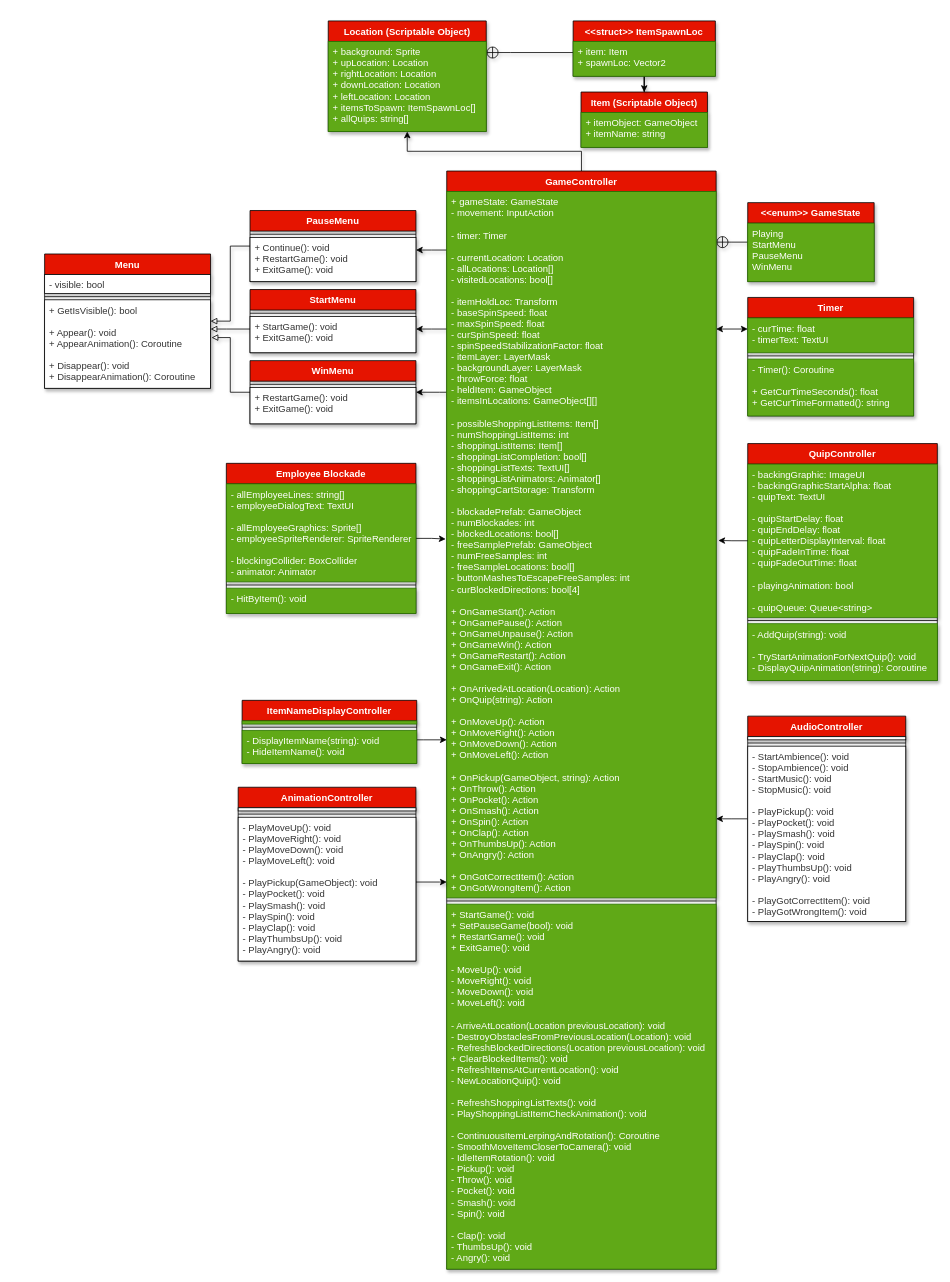
Earlier version of the draw.io diagram Trapped in Costco/Source/Trapped in Costco UML.drawio (BagelMaster5000/Trapped-In-Costco). Source tidied: cells renumbered, new cells numbered last; positions are measured from the earlier drawing's top-left corner, leaving out a move shared by most shapes. Both pictures are drawn from the tidied source at 79%, with x=0, y=0 at pixel (44, 21).
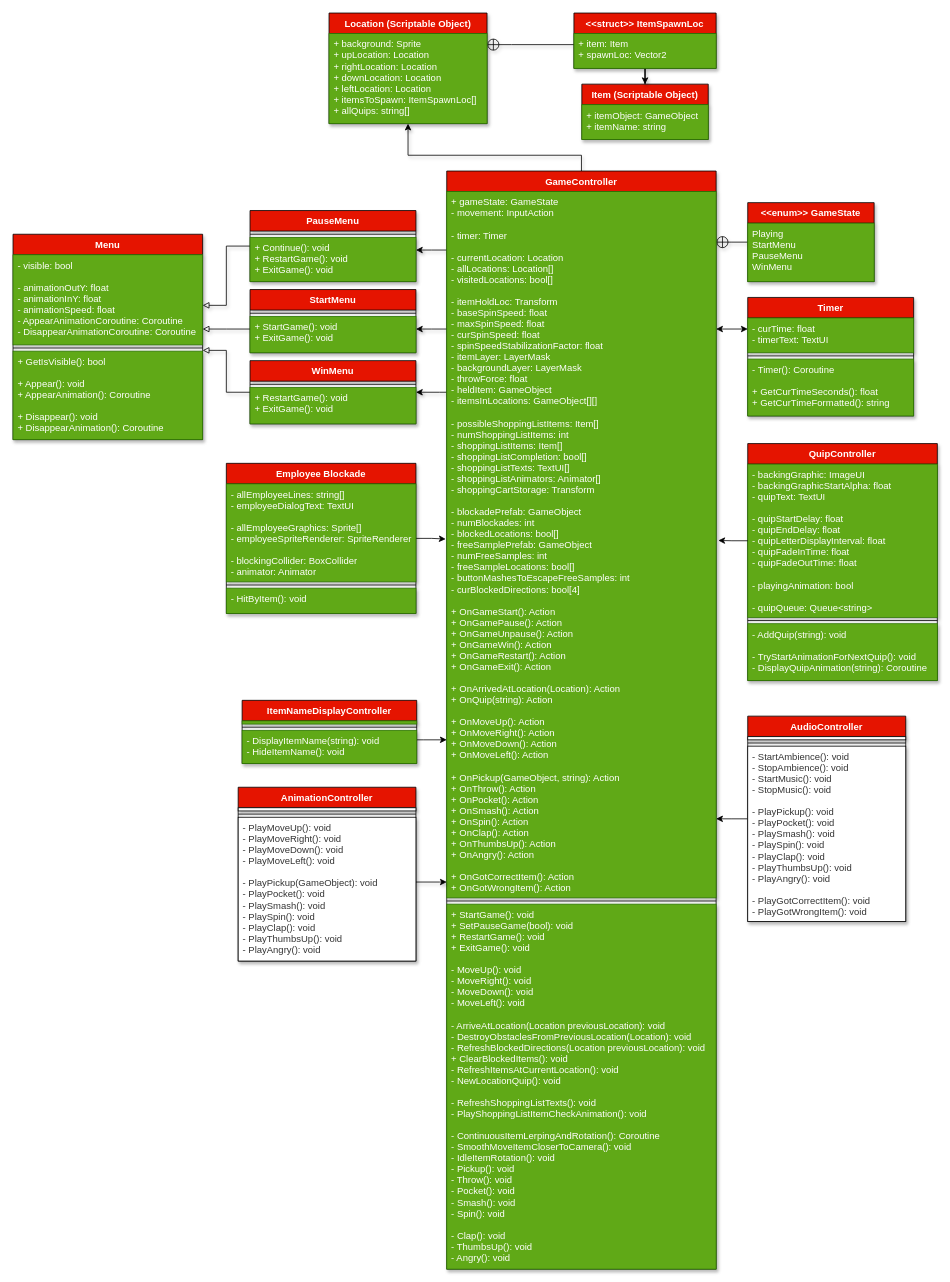
The same diagram, later.

The change refers to these unchanged cells:
```xml
<mxCell id="9" value="GameController" style="swimlane;fontStyle=1;align=center;verticalAlign=top;horizontal=1;startSize=26;fillColor=#e51400;labelBackgroundColor=none;labelBorderColor=none;shadow=1;fontColor=#ffffff;" parent="1" vertex="1">
  <mxGeometry x="509" y="190" width="341" height="1390" as="geometry" />
</mxCell>
<mxCell id="21" value="PauseMenu" style="swimlane;fontStyle=1;align=center;verticalAlign=top;horizontal=1;startSize=26;fillColor=#e51400;labelBackgroundColor=none;labelBorderColor=none;shadow=1;fontColor=#ffffff;" parent="1" vertex="1">
  <mxGeometry x="260" y="240" width="210" height="90" as="geometry" />
</mxCell>
<mxCell id="25" value="StartMenu" style="swimlane;fontStyle=1;align=center;verticalAlign=top;horizontal=1;startSize=26;fillColor=#e51400;labelBackgroundColor=none;labelBorderColor=none;shadow=1;fontColor=#ffffff;" parent="1" vertex="1">
  <mxGeometry x="260" y="340" width="210" height="80" as="geometry" />
</mxCell>
<mxCell id="29" value="WinMenu" style="swimlane;fontStyle=1;align=center;verticalAlign=top;horizontal=1;startSize=26;fillColor=#e51400;labelBackgroundColor=none;labelBorderColor=none;shadow=1;fontColor=#ffffff;" parent="1" vertex="1">
  <mxGeometry x="260" y="430" width="210" height="80" as="geometry" />
</mxCell>
```

Change to the diagram source:
```diff
@@
     <mxCell id="2" value="Item (Scriptable Object)" style="swimlane;fontStyle=1;align=center;verticalAlign=top;horizontal=1;startSize=26;fillColor=#e51400;labelBackgroundColor=none;labelBorderColor=none;shadow=1;fontColor=#ffffff;" parent="1" vertex="1">
-      <mxGeometry x="679" y="90" width="160" height="70" as="geometry" />
+      <mxGeometry x="680" y="80" width="160" height="70" as="geometry" />
     </mxCell>
@@
     <mxCell id="8" style="edgeStyle=orthogonalEdgeStyle;rounded=0;jettySize=auto;html=1;fillColor=#FFFFFF;labelBackgroundColor=none;labelBorderColor=none;shadow=1;" parent="1" edge="1" source="9" target="18">
-      <mxGeometry relative="1" as="geometry" />
+      <mxGeometry relative="1" as="geometry">
+        <Array as="points">
+          <mxPoint x="680" y="170" />
+          <mxPoint x="460" y="170" />
+        </Array>
+      </mxGeometry>
     </mxCell>
@@
     <mxCell id="17" style="edgeStyle=orthogonalEdgeStyle;rounded=0;jettySize=auto;html=1;endArrow=none;endFill=0;startArrow=circlePlus;startFill=0;fillColor=#FFFFFF;labelBackgroundColor=none;labelBorderColor=none;shadow=1;" parent="1" edge="1" source="18" target="43">
       <mxGeometry relative="1" as="geometry">
         <Array as="points">
-          <mxPoint x="590" y="40" />
-          <mxPoint x="590" y="40" />
+          <mxPoint x="591" y="30" />
+          <mxPoint x="591" y="30" />
         </Array>
       </mxGeometry>
     </mxCell>
     <mxCell id="18" value="Location (Scriptable Object)" style="swimlane;fontStyle=1;align=center;verticalAlign=top;horizontal=1;startSize=26;fillColor=#e51400;labelBackgroundColor=none;labelBorderColor=none;shadow=1;fontColor=#ffffff;" parent="1" vertex="1">
-      <mxGeometry x="359" width="200" height="140" as="geometry" />
+      <mxGeometry x="360" y="-10" width="200" height="140" as="geometry" />
     </mxCell>
@@
     <mxCell id="20" style="edgeStyle=orthogonalEdgeStyle;rounded=0;jettySize=auto;html=1;shadow=1;labelBackgroundColor=none;startArrow=none;startFill=0;endArrow=block;endFill=0;" parent="1" edge="1" source="21" target="51">
-      <mxGeometry relative="1" as="geometry" />
+      <mxGeometry relative="1" as="geometry">
+        <Array as="points">
+          <mxPoint x="230" y="285" />
+          <mxPoint x="230" y="360" />
+        </Array>
+      </mxGeometry>
     </mxCell>
@@
-    <mxCell id="23" value="+ Continue(): void&#10;+ RestartGame(): void&#10;+ ExitGame(): void" style="text;align=left;verticalAlign=top;spacingLeft=4;spacingRight=4;overflow=hidden;fillColor=#FFFFFF;labelBackgroundColor=none;labelBorderColor=none;fontColor=#333333;shadow=1;strokeColor=#000000;" parent="21" vertex="1">
+    <mxCell id="23" value="+ Continue(): void&#10;+ RestartGame(): void&#10;+ ExitGame(): void" style="text;align=left;verticalAlign=top;spacingLeft=4;spacingRight=4;overflow=hidden;fillColor=#60a917;labelBackgroundColor=none;labelBorderColor=none;fontColor=#ffffff;shadow=1;strokeColor=#2D7600;" parent="21" vertex="1">
       <mxGeometry y="34" width="210" height="56" as="geometry" />
     </mxCell>
@@
-    <mxCell id="27" value="+ StartGame(): void&#10;+ ExitGame(): void" style="text;align=left;verticalAlign=top;spacingLeft=4;spacingRight=4;overflow=hidden;fillColor=#FFFFFF;labelBackgroundColor=none;labelBorderColor=none;fontColor=#333333;shadow=1;strokeColor=#000000;" parent="25" vertex="1">
+    <mxCell id="27" value="+ StartGame(): void&#10;+ ExitGame(): void" style="text;align=left;verticalAlign=top;spacingLeft=4;spacingRight=4;overflow=hidden;fillColor=#60a917;labelBackgroundColor=none;labelBorderColor=none;fontColor=#ffffff;shadow=1;strokeColor=#2D7600;" parent="25" vertex="1">
       <mxGeometry y="34" width="210" height="46" as="geometry" />
     </mxCell>
-    <mxCell id="28" style="edgeStyle=orthogonalEdgeStyle;rounded=0;jettySize=auto;html=1;shadow=1;labelBackgroundColor=none;startArrow=none;startFill=0;endArrow=block;endFill=0;entryX=1.006;entryY=0.427;entryDx=0;entryDy=0;entryPerimeter=0;" parent="1" edge="1" source="29" target="54">
-      <mxGeometry relative="1" as="geometry" />
+    <mxCell id="28" style="edgeStyle=orthogonalEdgeStyle;rounded=0;jettySize=auto;html=1;shadow=1;labelBackgroundColor=none;startArrow=none;startFill=0;endArrow=block;endFill=0;" parent="1" edge="1" source="29" target="51">
+      <mxGeometry relative="1" as="geometry">
+        <Array as="points">
+          <mxPoint x="230" y="470" />
+          <mxPoint x="230" y="417" />
+        </Array>
+      </mxGeometry>
     </mxCell>
@@
-    <mxCell id="31" value="+ RestartGame(): void&#10;+ ExitGame(): void" style="text;align=left;verticalAlign=top;spacingLeft=4;spacingRight=4;overflow=hidden;fillColor=#FFFFFF;labelBackgroundColor=none;labelBorderColor=none;fontColor=#333333;shadow=1;strokeColor=#000000;" parent="29" vertex="1">
+    <mxCell id="31" value="+ RestartGame(): void&#10;+ ExitGame(): void" style="text;align=left;verticalAlign=top;spacingLeft=4;spacingRight=4;overflow=hidden;fillColor=#60a917;labelBackgroundColor=none;labelBorderColor=none;fontColor=#ffffff;shadow=1;strokeColor=#2D7600;" parent="29" vertex="1">
       <mxGeometry y="34" width="210" height="46" as="geometry" />
     </mxCell>
@@
     <mxCell id="43" value="&lt;&lt;struct&gt;&gt; ItemSpawnLoc" style="swimlane;fontStyle=1;align=center;verticalAlign=top;horizontal=1;startSize=26;fillColor=#e51400;labelBackgroundColor=none;labelBorderColor=none;shadow=1;fontColor=#ffffff;" parent="1" vertex="1">
-      <mxGeometry x="669" width="180" height="70" as="geometry" />
+      <mxGeometry x="670" y="-10" width="180" height="70" as="geometry" />
     </mxCell>
@@
     <mxCell id="51" value="Menu" style="swimlane;fontStyle=1;align=center;verticalAlign=top;horizontal=1;startSize=26;fillColor=#e51400;labelBackgroundColor=none;labelBorderColor=none;shadow=1;fontColor=#ffffff;" parent="1" vertex="1">
-      <mxGeometry y="295" width="210" height="170" as="geometry" />
+      <mxGeometry x="-40" y="270" width="240" height="260" as="geometry" />
     </mxCell>
-    <mxCell id="52" value="- visible: bool" style="text;align=left;verticalAlign=top;spacingLeft=4;spacingRight=4;overflow=hidden;fillColor=#FFFFFF;labelBackgroundColor=none;labelBorderColor=none;fontColor=#333333;shadow=1;strokeColor=#000000;" parent="51" vertex="1">
-      <mxGeometry y="26" width="210" height="24" as="geometry" />
+    <mxCell id="52" value="- visible: bool&#10;&#10;- animationOutY: float&#10;- animationInY: float&#10;- animationSpeed: float&#10;- AppearAnimationCoroutine: Coroutine&#10;- DisappearAnimationCoroutine: Coroutine" style="text;align=left;verticalAlign=top;spacingLeft=4;spacingRight=4;overflow=hidden;fillColor=#60a917;labelBackgroundColor=none;labelBorderColor=none;fontColor=#ffffff;shadow=1;strokeColor=#2D7600;" parent="51" vertex="1">
+      <mxGeometry y="26" width="240" height="114" as="geometry" />
     </mxCell>
     <mxCell id="53" style="line;strokeWidth=1;align=left;verticalAlign=middle;spacingTop=-1;spacingLeft=3;spacingRight=3;labelPosition=right;fillColor=#FFFFFF;labelBackgroundColor=none;labelBorderColor=none;fontColor=#333333;shadow=1;" parent="51" vertex="1">
-      <mxGeometry y="50" width="210" height="8" as="geometry" />
+      <mxGeometry y="140" width="240" height="8" as="geometry" />
     </mxCell>
-    <mxCell id="54" value="+ GetIsVisible(): bool&#10;&#10;+ Appear(): void&#10;+ AppearAnimation(): Coroutine&#10;&#10;+ Disappear(): void&#10;+ DisappearAnimation(): Coroutine" style="text;align=left;verticalAlign=top;spacingLeft=4;spacingRight=4;overflow=hidden;points=[[0,0.5],[1,0.5]];portConstraint=eastwest;fillColor=#FFFFFF;labelBackgroundColor=none;labelBorderColor=none;fontColor=#333333;shadow=1;strokeColor=#000000;" parent="51" vertex="1">
-      <mxGeometry y="58" width="210" height="112" as="geometry" />
+    <mxCell id="54" value="+ GetIsVisible(): bool&#10;&#10;+ Appear(): void&#10;+ AppearAnimation(): Coroutine&#10;&#10;+ Disappear(): void&#10;+ DisappearAnimation(): Coroutine" style="text;align=left;verticalAlign=top;spacingLeft=4;spacingRight=4;overflow=hidden;points=[[0,0.5],[1,0.5]];portConstraint=eastwest;fillColor=#60a917;labelBackgroundColor=none;labelBorderColor=none;fontColor=#ffffff;shadow=1;strokeColor=#2D7600;" parent="51" vertex="1">
+      <mxGeometry y="148" width="240" height="112" as="geometry" />
     </mxCell>
```
